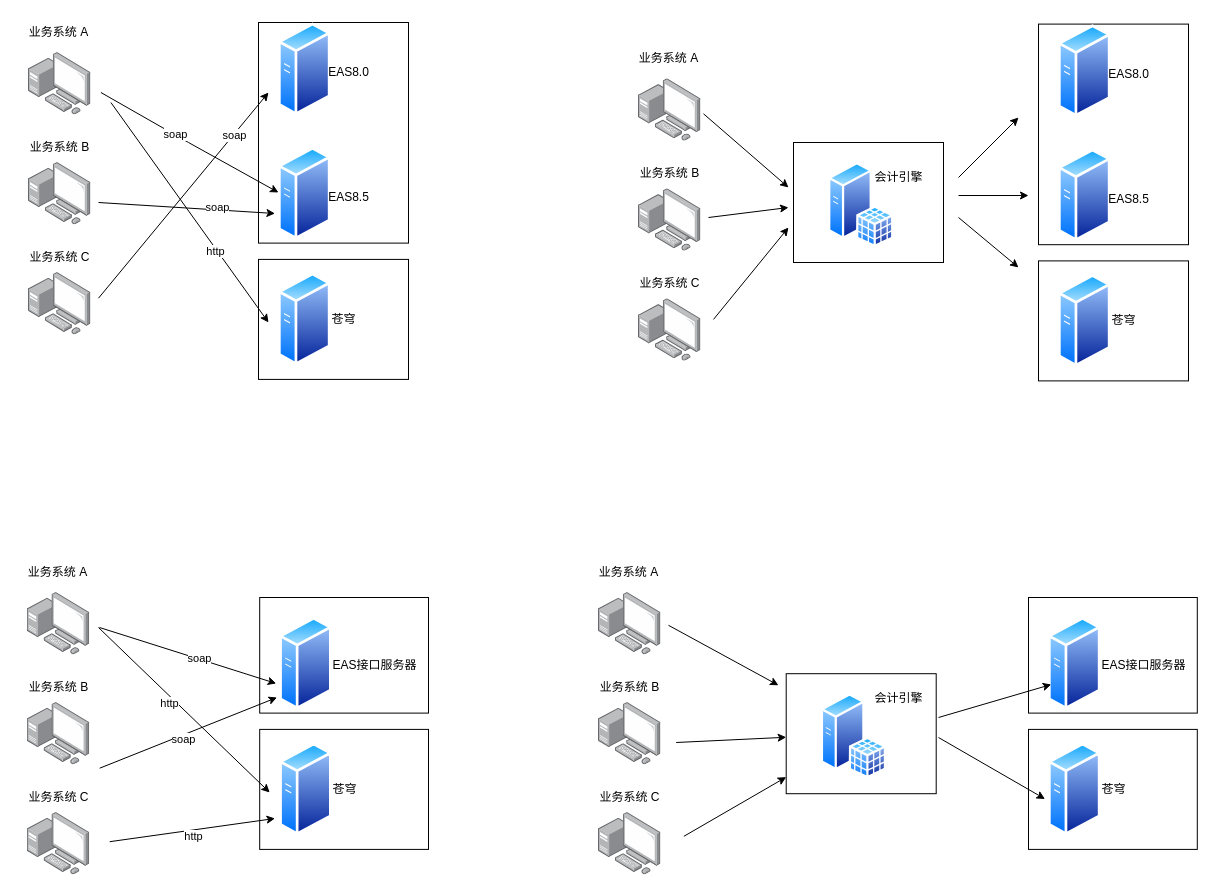
This is 230306.drawio from Alphathur/diagram, a draw.io file, before an edit. Source tidied: cells renumbered, new cells numbered last; positions are measured from the earlier drawing's top-left corner, leaving out a move shared by most shapes. Both pictures are drawn from the tidied source at 100%, with x=0, y=0 at pixel (17, 17).
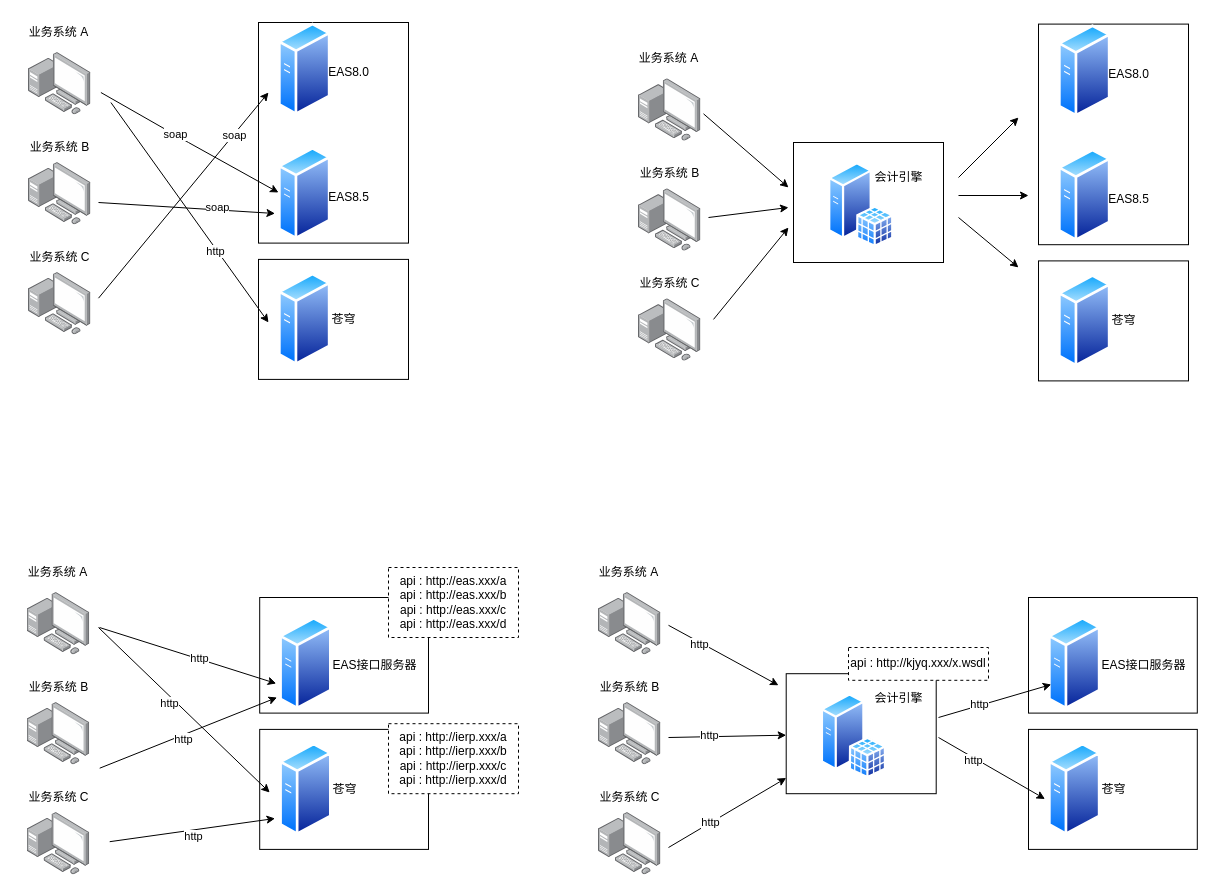
The same diagram, later.

Unchanged cells that the change refers to:
```xml
<mxCell id="56" style="endArrow=classic;html=1;rounded=0;entryX=-0.067;entryY=0.711;entryDx=0;entryDy=0;entryPerimeter=0;" parent="1" edge="1" target="52">
  <mxGeometry relative="1" as="geometry">
    <mxPoint x="82" y="610" as="sourcePoint" />
  </mxGeometry>
</mxCell>
<mxCell id="58" style="endArrow=classic;html=1;rounded=0;entryX=-0.051;entryY=0.86;entryDx=0;entryDy=0;entryPerimeter=0;" parent="1" edge="1" target="52">
  <mxGeometry relative="1" as="geometry">
    <mxPoint x="82.2" y="750.7" as="sourcePoint" />
  </mxGeometry>
</mxCell>
<mxCell id="79" style="rounded=0;whiteSpace=wrap;html=1;" parent="1" vertex="1">
  <mxGeometry x="768.7" y="656.2" width="150" height="120" as="geometry" />
</mxCell>
<mxCell id="82" style="endArrow=classic;html=1;rounded=0;" parent="1" edge="1">
  <mxGeometry relative="1" as="geometry">
    <mxPoint x="651" y="607.8" as="sourcePoint" />
    <mxPoint x="761" y="667.8" as="targetPoint" />
  </mxGeometry>
</mxCell>
<mxCell id="85" style="endArrow=classic;html=1;rounded=0;entryX=0;entryY=0.75;entryDx=0;entryDy=0;" parent="1" edge="1" target="72">
  <mxGeometry relative="1" as="geometry">
    <mxPoint x="921" y="700" as="sourcePoint" />
  </mxGeometry>
</mxCell>
<mxCell id="86" style="endArrow=classic;html=1;rounded=0;entryX=-0.067;entryY=0.602;entryDx=0;entryDy=0;entryPerimeter=0;" parent="1" edge="1" target="73">
  <mxGeometry relative="1" as="geometry">
    <mxPoint x="921" y="720" as="sourcePoint" />
  </mxGeometry>
</mxCell>
```

What changed in the source:
```diff
@@
-    <mxCell id="57" value="soap" style="edgeLabel;html=1;align=center;verticalAlign=middle;" parent="56" vertex="1">
+    <mxCell id="57" value="http" style="edgeLabel;html=1;align=center;verticalAlign=middle;" parent="56" vertex="1">
       <mxGeometry x="0.35" y="3" relative="1" as="geometry">
         <mxPoint x="-21" y="-4" as="offset" />
       </mxGeometry>
     </mxCell>
@@
-    <mxCell id="59" value="soap" style="edgeLabel;html=1;align=center;verticalAlign=middle;" parent="58" vertex="1">
+    <mxCell id="59" value="http" style="edgeLabel;html=1;align=center;verticalAlign=middle;" parent="58" vertex="1">
       <mxGeometry x="0.59" y="-1" relative="1" as="geometry">
         <mxPoint x="-58" y="26" as="offset" />
       </mxGeometry>
     </mxCell>
@@
+    <mxCell id="87" value="http" style="edgeLabel;html=1;align=center;verticalAlign=middle;" parent="82" vertex="1">
+      <mxGeometry x="-0.42" y="-2" relative="1" as="geometry" />
+    </mxCell>
     <mxCell id="83" style="endArrow=classic;html=1;rounded=0;" parent="1" edge="1" target="79">
       <mxGeometry relative="1" as="geometry">
-        <mxPoint x="658.7" y="725" as="sourcePoint" />
+        <mxPoint x="651" y="720" as="sourcePoint" />
       </mxGeometry>
     </mxCell>
+    <mxCell id="88" value="http" style="edgeLabel;html=1;align=center;verticalAlign=middle;" parent="83" vertex="1">
+      <mxGeometry x="-0.3" y="2" relative="1" as="geometry" />
+    </mxCell>
     <mxCell id="84" style="endArrow=classic;html=1;rounded=0;" parent="1" edge="1" target="79">
       <mxGeometry relative="1" as="geometry">
-        <mxPoint x="666.4" y="818.8" as="sourcePoint" />
+        <mxPoint x="651" y="830" as="sourcePoint" />
       </mxGeometry>
     </mxCell>
+    <mxCell id="89" value="http" style="edgeLabel;html=1;align=center;verticalAlign=middle;" parent="84" vertex="1">
+      <mxGeometry x="-0.29" y="1" relative="1" as="geometry" />
+    </mxCell>
@@
+    <mxCell id="90" value="http" style="edgeLabel;html=1;align=center;verticalAlign=middle;" parent="85" vertex="1">
+      <mxGeometry x="-0.26" y="2" relative="1" as="geometry" />
+    </mxCell>
@@
+    <mxCell id="91" value="http" style="edgeLabel;html=1;align=center;verticalAlign=middle;" parent="86" vertex="1">
+      <mxGeometry x="-0.34" y="-2" relative="1" as="geometry" />
+    </mxCell>
+    <mxCell id="92" value="api : http://eas.xxx/a&lt;br&gt;api : http://eas.xxx/b&lt;br&gt;api : http://eas.xxx/c&lt;br&gt;api : http://eas.xxx/d" style="rounded=0;whiteSpace=wrap;html=1;dashed=1;" parent="1" vertex="1">
+      <mxGeometry x="371" y="550" width="130" height="70" as="geometry" />
+    </mxCell>
+    <mxCell id="93" value="api : http://ierp.xxx/a&lt;br&gt;api : http://ierp.xxx/b&lt;br&gt;api : http://ierp.xxx/c&lt;br&gt;api : http://ierp.xxx/d" style="rounded=0;whiteSpace=wrap;html=1;dashed=1;" parent="1" vertex="1">
+      <mxGeometry x="371" y="706.2" width="130" height="70" as="geometry" />
+    </mxCell>
+    <mxCell id="94" value="api : http://kjyq.xxx/x.wsdl" style="rounded=0;whiteSpace=wrap;html=1;dashed=1;" parent="1" vertex="1">
+      <mxGeometry x="831" y="630" width="140" height="32.8" as="geometry" />
+    </mxCell>
```
